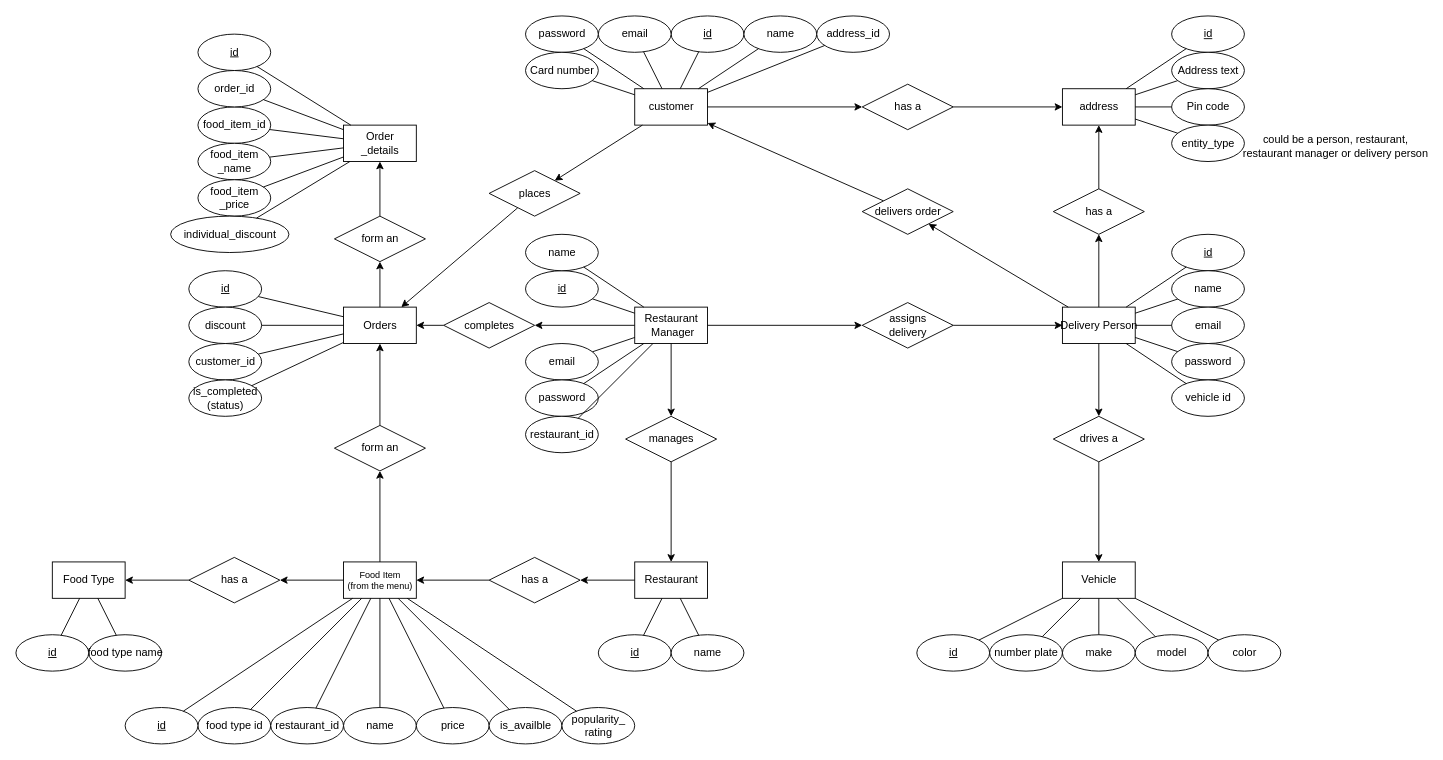
Earlier version of the draw.io diagram diagrams/ER/ER diagram.drawio (callofthewild/hunger-buzz). Source tidied: cells renumbered, new cells numbered last; positions are measured from the earlier drawing's top-left corner, leaving out a move shared by most shapes. Both pictures are drawn from the tidied source at 91%, with x=0, y=0 at pixel (15, 15).
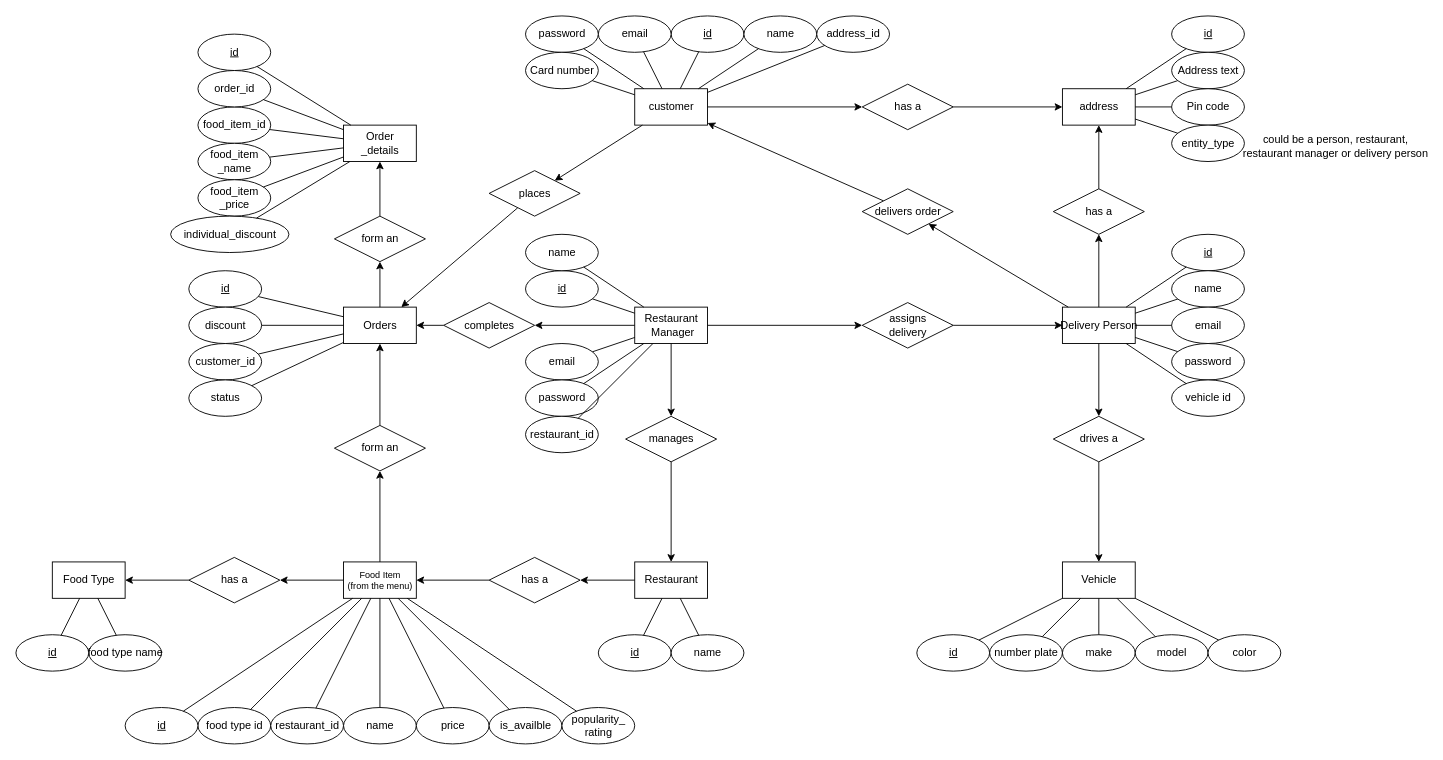
After the change.

Commit message:
order status updates

The edit, as a diff of the source:
```diff
@@
-    <mxCell id="133" value="is_completed&lt;br&gt;(status)" style="ellipse;html=1;" parent="1" vertex="1">
+    <mxCell id="133" value="status" style="ellipse;html=1;" parent="1" vertex="1">
       <mxGeometry x="190" y="400" width="80" height="40" as="geometry" />
     </mxCell>
```
